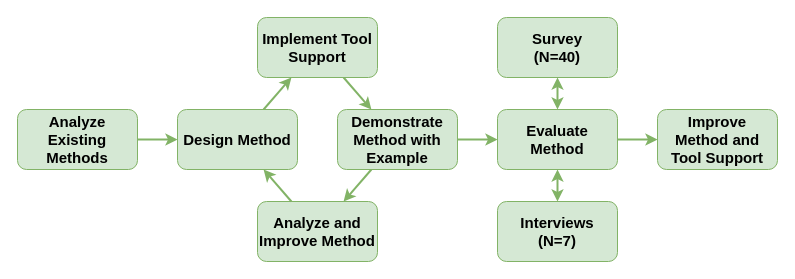
The draw.io diagram _docs/method/img/research-process.drawio in xJREB/ms-scenario-evaluation, before the edit. Source tidied: cells renumbered, new cells numbered last; positions are measured from the earlier drawing's top-left corner, leaving out a move shared by most shapes. Both pictures are drawn from the tidied source at 100%, with x=0, y=0 at pixel (17, 17).
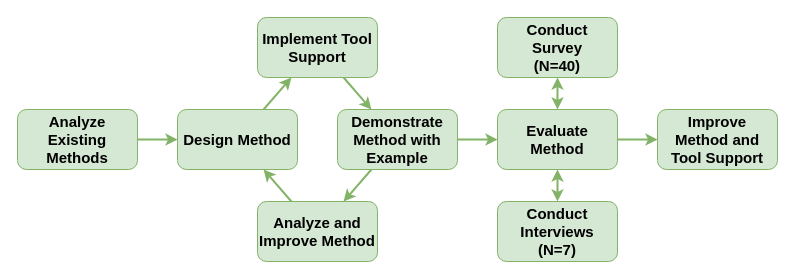
Above is the later version.

What changed in the source:
```diff
@@
 <mxGraphModel>
   <root>
     <mxCell id="0" />
     <mxCell id="1" parent="0" />
     <mxCell id="2" style="edgeStyle=orthogonalEdgeStyle;rounded=0;jettySize=auto;html=1;fontSize=15;endSize=6;startSize=6;jumpSize=6;strokeWidth=2;fillColor=#d5e8d4;strokeColor=#82b366;" parent="1" edge="1" source="3" target="5">
       <mxGeometry relative="1" as="geometry" />
     </mxCell>
     <mxCell id="3" value="Analyze Existing Methods" style="rounded=1;whiteSpace=wrap;html=1;fillColor=#d5e8d4;strokeColor=#82b366;fontStyle=1;fontSize=15;" parent="1" vertex="1">
       <mxGeometry y="92" width="120" height="60" as="geometry" />
     </mxCell>
     <mxCell id="4" style="rounded=0;jettySize=auto;html=1;fontSize=15;endSize=6;startSize=6;jumpSize=6;strokeWidth=2;fillColor=#d5e8d4;strokeColor=#82b366;" parent="1" edge="1" source="5" target="7">
       <mxGeometry relative="1" as="geometry" />
     </mxCell>
     <mxCell id="5" value="Design Method" style="rounded=1;whiteSpace=wrap;html=1;fillColor=#d5e8d4;strokeColor=#82b366;fontStyle=1;fontSize=15;" parent="1" vertex="1">
       <mxGeometry x="160" y="92" width="120" height="60" as="geometry" />
     </mxCell>
     <mxCell id="6" style="rounded=0;jettySize=auto;html=1;fontSize=15;endSize=6;startSize=6;jumpSize=6;strokeWidth=2;fillColor=#d5e8d4;strokeColor=#82b366;" parent="1" edge="1" source="7" target="10">
       <mxGeometry relative="1" as="geometry" />
     </mxCell>
     <mxCell id="7" value="Implement Tool Support" style="rounded=1;whiteSpace=wrap;html=1;fillColor=#d5e8d4;strokeColor=#82b366;fontStyle=1;fontSize=15;" parent="1" vertex="1">
       <mxGeometry x="240" width="120" height="60" as="geometry" />
     </mxCell>
     <mxCell id="8" style="rounded=0;jettySize=auto;html=1;fontSize=15;endSize=6;startSize=6;jumpSize=6;strokeWidth=2;fillColor=#d5e8d4;strokeColor=#82b366;" parent="1" edge="1" source="10" target="18">
       <mxGeometry relative="1" as="geometry" />
     </mxCell>
     <mxCell id="9" style="edgeStyle=none;rounded=0;jettySize=auto;html=1;fontSize=15;endSize=6;startSize=6;jumpSize=6;strokeWidth=2;fillColor=#d5e8d4;strokeColor=#82b366;" parent="1" edge="1" source="10" target="14">
       <mxGeometry relative="1" as="geometry" />
     </mxCell>
     <mxCell id="10" value="Demonstrate Method with Example" style="rounded=1;whiteSpace=wrap;html=1;fillColor=#d5e8d4;strokeColor=#82b366;fontStyle=1;fontSize=15;" parent="1" vertex="1">
       <mxGeometry x="320" y="92" width="120" height="60" as="geometry" />
     </mxCell>
     <mxCell id="11" style="edgeStyle=none;rounded=0;jettySize=auto;html=1;fontSize=15;endSize=6;startSize=6;jumpSize=6;strokeWidth=2;fillColor=#d5e8d4;strokeColor=#82b366;" parent="1" edge="1" source="14" target="17">
       <mxGeometry relative="1" as="geometry" />
     </mxCell>
     <mxCell id="12" style="edgeStyle=none;rounded=0;jettySize=auto;html=1;fontSize=15;startArrow=classic;startFill=1;endSize=6;startSize=6;jumpSize=6;strokeWidth=2;fillColor=#d5e8d4;strokeColor=#82b366;" parent="1" edge="1" source="14" target="16">
       <mxGeometry relative="1" as="geometry" />
     </mxCell>
     <mxCell id="13" style="edgeStyle=none;rounded=0;jettySize=auto;html=1;fontSize=15;startArrow=classic;startFill=1;endSize=6;startSize=6;jumpSize=6;strokeWidth=2;fillColor=#d5e8d4;strokeColor=#82b366;" parent="1" edge="1" source="14" target="15">
       <mxGeometry relative="1" as="geometry" />
     </mxCell>
     <mxCell id="14" value="Evaluate Method" style="rounded=1;whiteSpace=wrap;html=1;fillColor=#d5e8d4;strokeColor=#82b366;fontStyle=1;fontSize=15;" parent="1" vertex="1">
       <mxGeometry x="480" y="92" width="120" height="60" as="geometry" />
     </mxCell>
-    <mxCell id="15" value="Interviews&lt;br&gt;(N=7)" style="rounded=1;whiteSpace=wrap;html=1;fillColor=#d5e8d4;strokeColor=#82b366;fontStyle=1;fontSize=15;" parent="1" vertex="1">
+    <mxCell id="15" value="Conduct Interviews&lt;br&gt;(N=7)" style="rounded=1;whiteSpace=wrap;html=1;fillColor=#d5e8d4;strokeColor=#82b366;fontStyle=1;fontSize=15;" parent="1" vertex="1">
       <mxGeometry x="480" y="184" width="120" height="60" as="geometry" />
     </mxCell>
-    <mxCell id="16" value="Survey&lt;br&gt;(N=40)" style="rounded=1;whiteSpace=wrap;html=1;fillColor=#d5e8d4;strokeColor=#82b366;fontStyle=1;fontSize=15;" parent="1" vertex="1">
+    <mxCell id="16" value="Conduct&lt;br&gt;Survey&lt;br&gt;(N=40)" style="rounded=1;whiteSpace=wrap;html=1;fillColor=#d5e8d4;strokeColor=#82b366;fontStyle=1;fontSize=15;" parent="1" vertex="1">
       <mxGeometry x="480" width="120" height="60" as="geometry" />
     </mxCell>
     <mxCell id="17" value="Improve&lt;br&gt;Method and Tool Support" style="rounded=1;whiteSpace=wrap;html=1;fillColor=#d5e8d4;strokeColor=#82b366;fontStyle=1;fontSize=15;" parent="1" vertex="1">
       <mxGeometry x="640" y="92" width="120" height="60" as="geometry" />
     </mxCell>
     <mxCell id="18" value="Analyze and Improve Method" style="rounded=1;whiteSpace=wrap;html=1;fillColor=#d5e8d4;strokeColor=#82b366;fontStyle=1;fontSize=15;" parent="1" vertex="1">
       <mxGeometry x="240" y="184" width="120" height="60" as="geometry" />
     </mxCell>
     <mxCell id="19" style="rounded=0;jettySize=auto;html=1;fontSize=15;endSize=6;startSize=6;jumpSize=6;strokeWidth=2;fillColor=#d5e8d4;strokeColor=#82b366;" parent="1" edge="1" source="18" target="5">
       <mxGeometry relative="1" as="geometry" />
     </mxCell>
   </root>
 </mxGraphModel>
```
